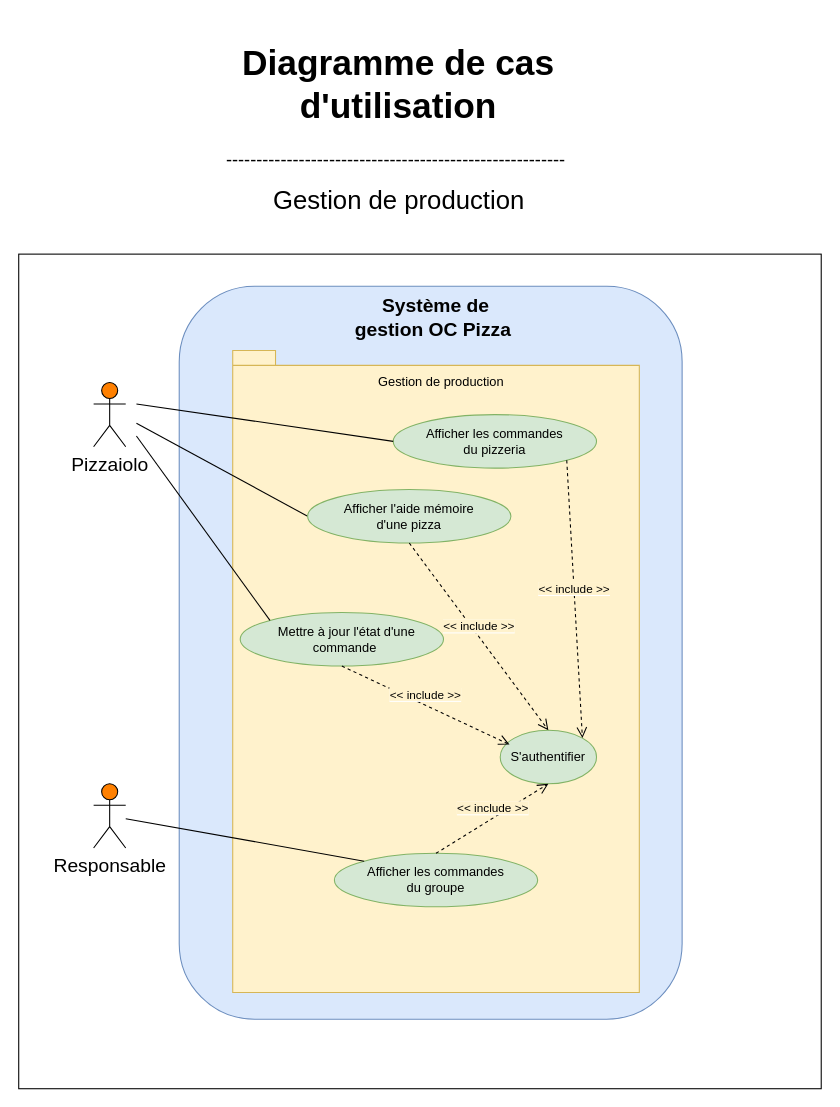
Earlier version of the draw.io diagram page "Gestion de production" (2 of 5) of Use case Diagram.drawio (Maayaavi/OC_Project_4). Source tidied: cells renumbered, new cells numbered last; positions are measured from the earlier drawing's top-left corner, leaving out a move shared by most shapes. Both pictures are drawn from the tidied source at 107%, with x=0, y=0 at pixel (18, 29).
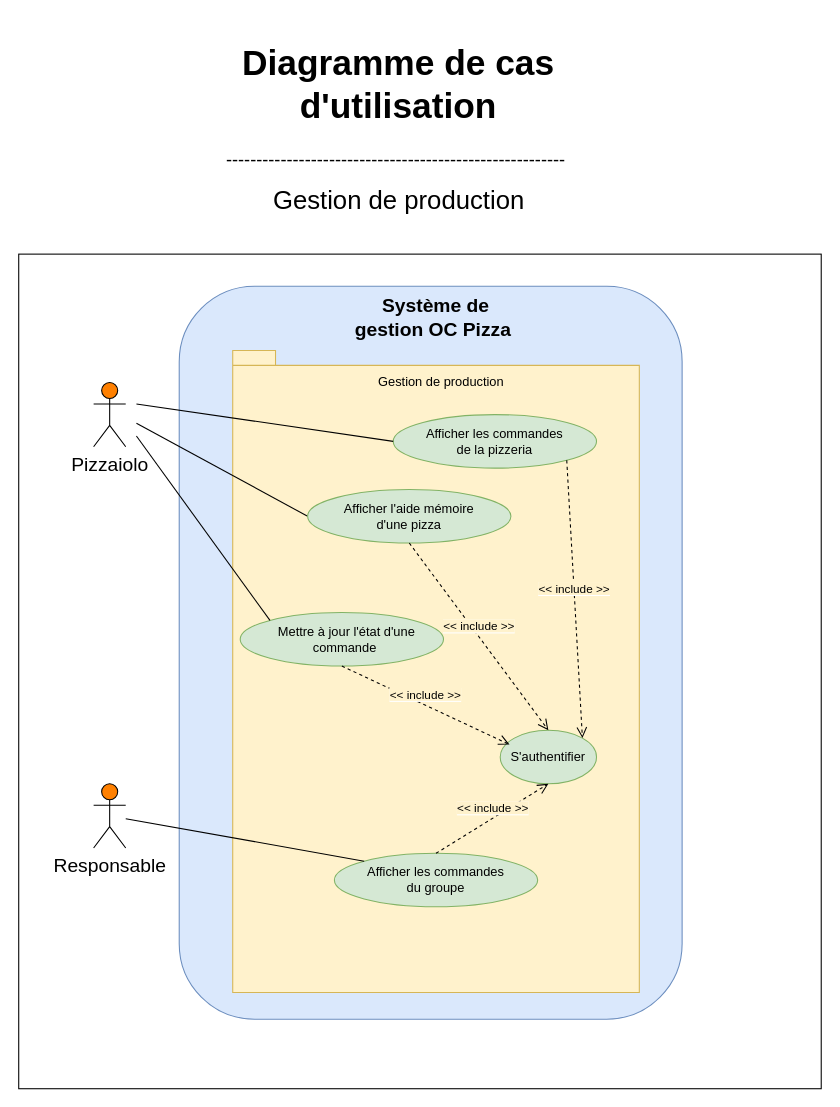
The same diagram, later.

Diff of the diagram source:
```diff
@@
-    <mxCell id="26" value="Afficher les commandes&lt;br&gt;du pizzeria" style="text;html=1;strokeColor=none;fillColor=none;align=center;verticalAlign=middle;whiteSpace=wrap;rounded=0;" parent="1" vertex="1">
+    <mxCell id="26" value="Afficher les commandes&lt;br&gt;de la pizzeria" style="text;html=1;strokeColor=none;fillColor=none;align=center;verticalAlign=middle;whiteSpace=wrap;rounded=0;" parent="1" vertex="1">
       <mxGeometry x="340" y="375" width="210" height="20" as="geometry" />
     </mxCell>
```
